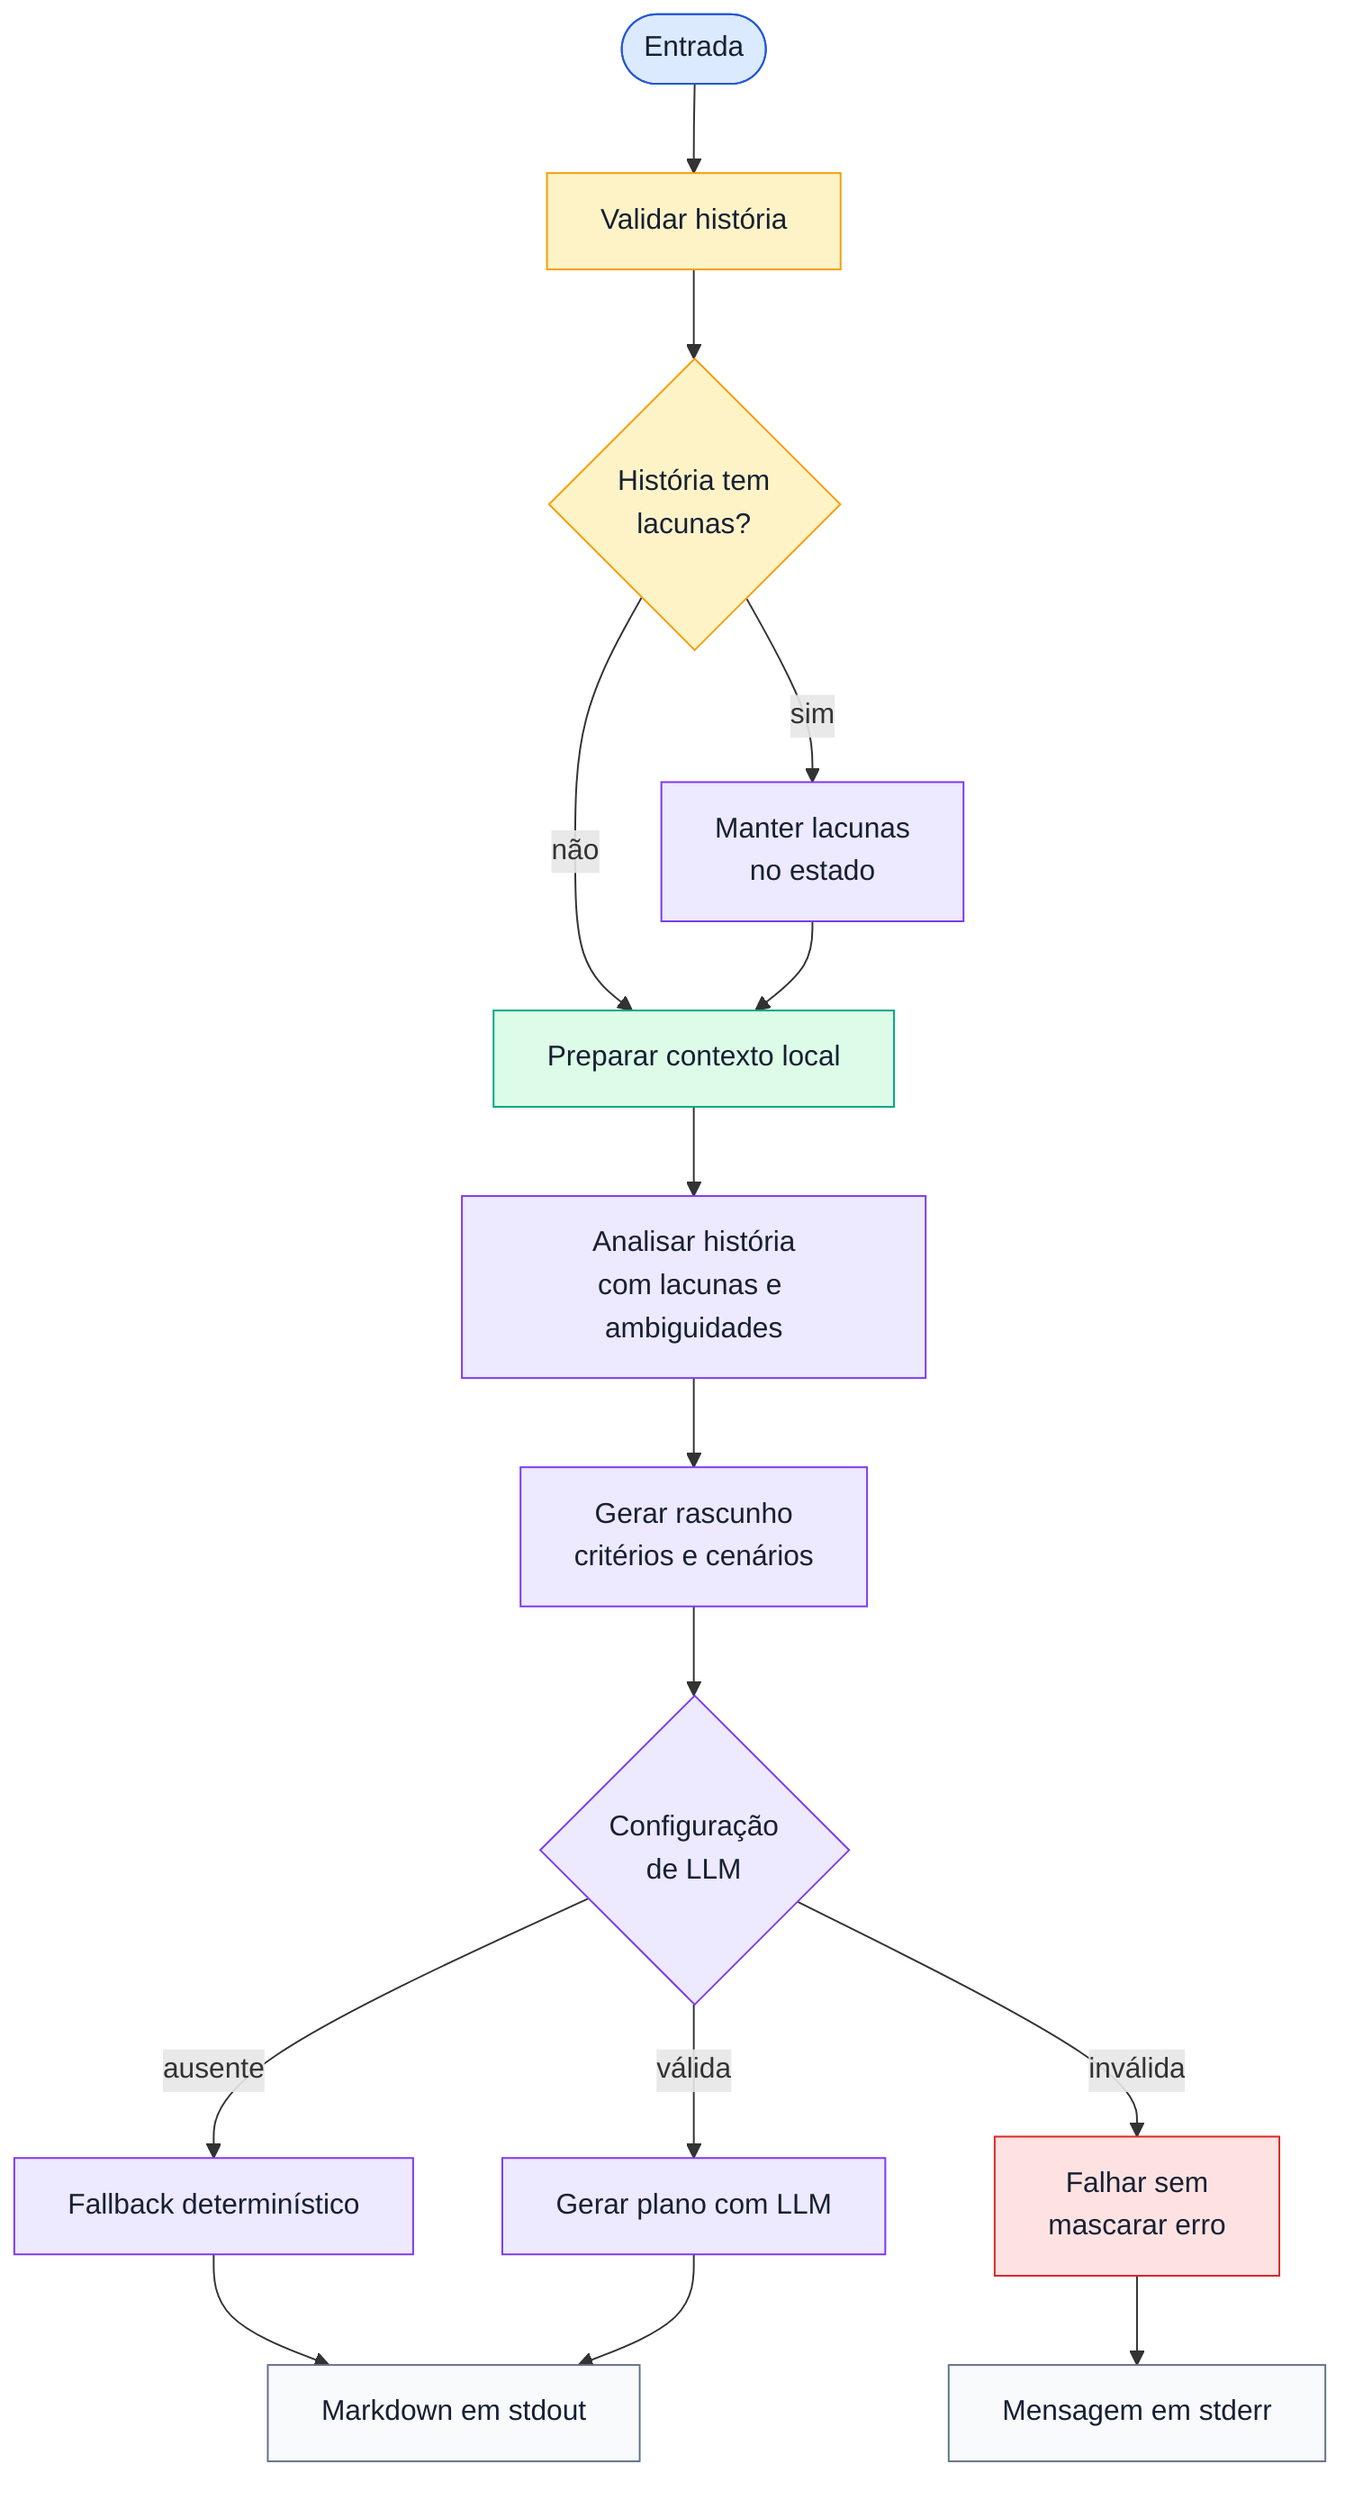
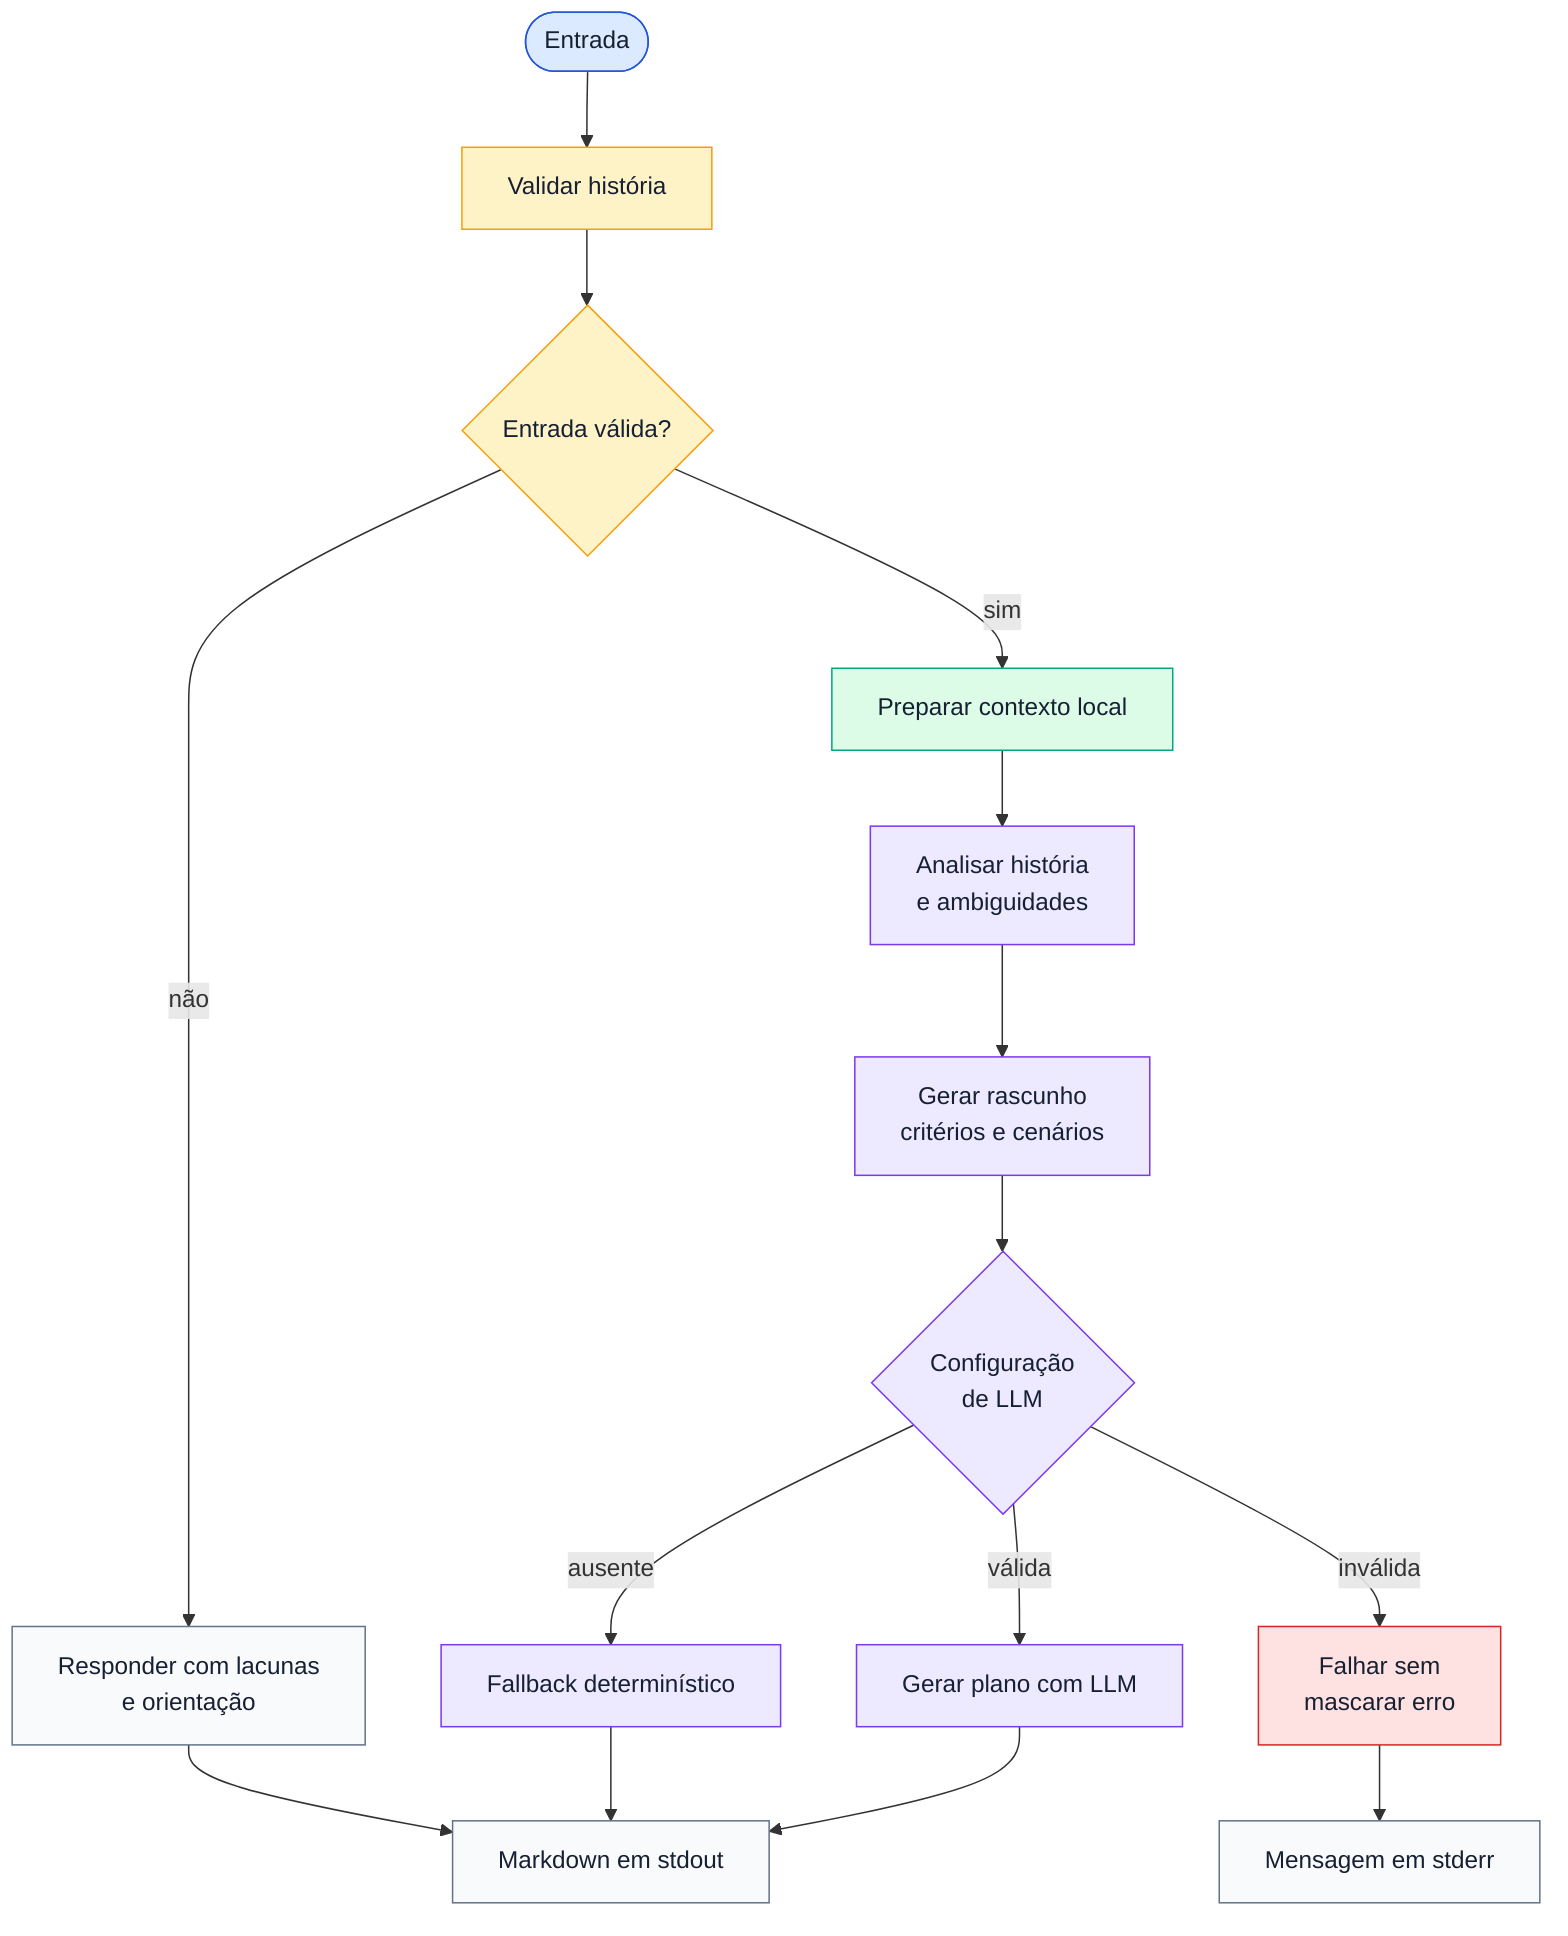
flowchart TD
    start(["Entrada"]) --> validate["Validar história"]
-     validate --> validation_result{"História tem<br/>lacunas?"}
-     validation_result -->|não| context["Preparar contexto local"]
-     validation_result -->|sim| gaps["Manter lacunas<br/>no estado"]
-     gaps --> context
-     context --> analyze["Analisar história<br/>com lacunas e ambiguidades"]
+     validate --> validation_result{"Entrada válida?"}
+     validation_result -->|não| correction["Responder com lacunas<br/>e orientação"]
+     validation_result -->|sim| context["Preparar contexto local"]
+     context --> analyze["Analisar história<br/>e ambiguidades"]
    analyze --> draft["Gerar rascunho<br/>critérios e cenários"]
    draft --> decision{"Configuração<br/>de LLM"}
    decision -->|ausente| fallback["Fallback determinístico"]
    decision -->|válida| llm["Gerar plano com LLM"]
    decision -->|inválida| error["Falhar sem<br/>mascarar erro"]
    fallback --> markdown["Markdown em stdout"]
    llm --> markdown
+     correction --> markdown
    error --> stderr["Mensagem em stderr"]

    classDef startClass fill:#dbeafe,stroke:#2457d6,color:#172033
    classDef validationClass fill:#fef3c7,stroke:#f59e0b,color:#172033
    classDef contextClass fill:#dcfce7,stroke:#00a884,color:#172033
    classDef graphClass fill:#ede9fe,stroke:#7c3aed,color:#172033
    classDef outputClass fill:#f8fafc,stroke:#64748b,color:#172033
    classDef errorClass fill:#fee2e2,stroke:#dc2626,color:#172033

    class start startClass
    class validate,validation_result validationClass
    class context contextClass
-     class gaps,analyze,draft,decision,llm,fallback graphClass
-     class markdown,stderr outputClass
+     class analyze,draft,decision,llm,fallback graphClass
+     class correction,markdown,stderr outputClass
    class error errorClass